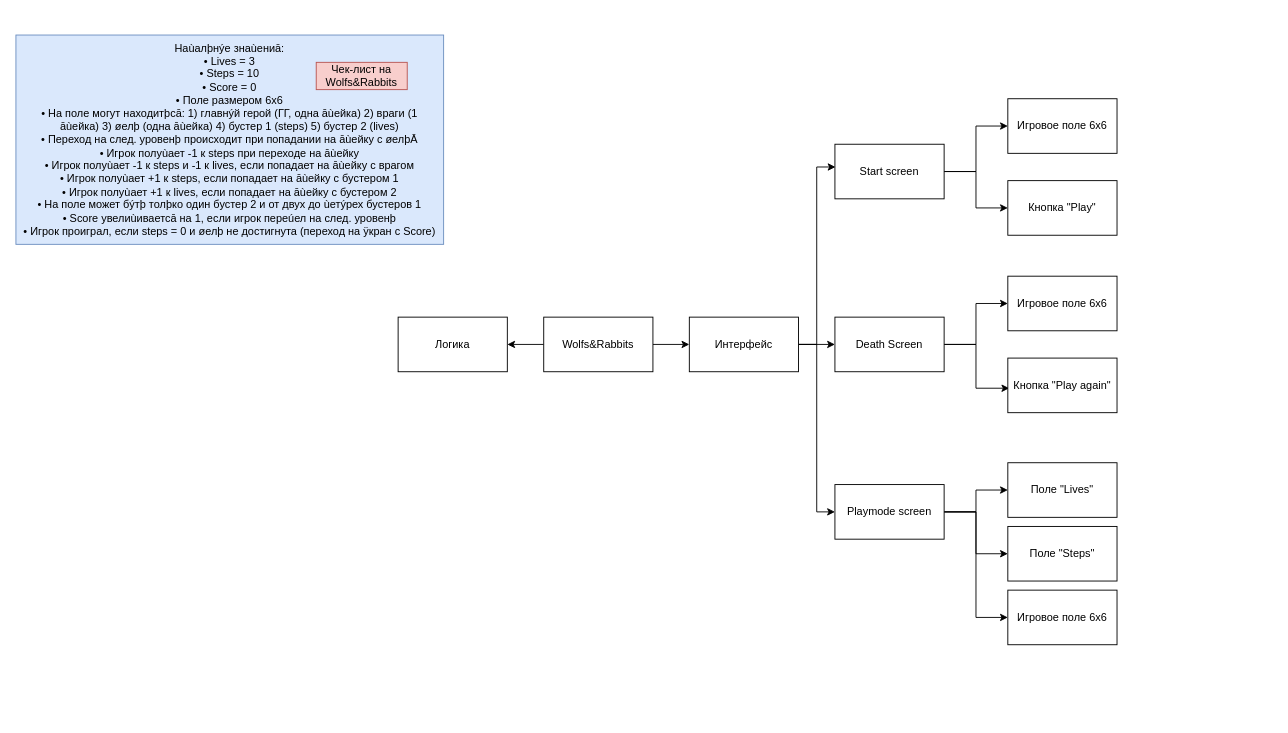
Before: First_Otus_Diagram.drawio in NatPopstar/Otus, a draw.io diagram. Source tidied: cells renumbered, new cells numbered last; positions are measured from the earlier drawing's top-left corner, leaving out a move shared by most shapes. Both pictures are drawn from the tidied source at 91%, with x=0, y=0 at pixel (15, 35).
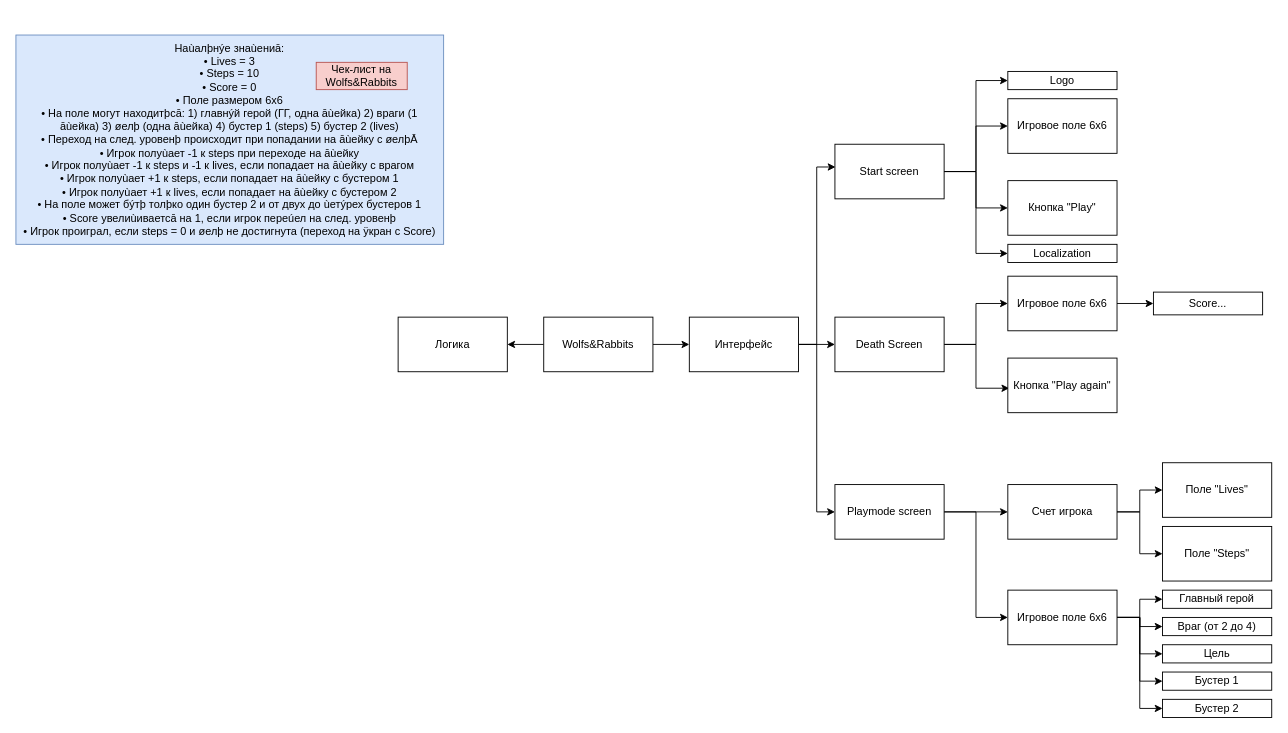
After the change.

Unchanged cells that the change refers to:
```xml
<mxCell id="14" value="Start screen" style="rounded=0;whiteSpace=wrap;html=1;" parent="1" vertex="1">
  <mxGeometry x="900" y="120" width="120" height="60" as="geometry" />
</mxCell>
<mxCell id="18" value="Playmode screen" style="rounded=0;whiteSpace=wrap;html=1;" parent="1" vertex="1">
  <mxGeometry x="900" y="494" width="120" height="60" as="geometry" />
</mxCell>
<mxCell id="24" value="Игровое поле 6х6" style="rounded=0;whiteSpace=wrap;html=1;" parent="1" vertex="1">
  <mxGeometry x="1090" y="265" width="120" height="60" as="geometry" />
</mxCell>
<mxCell id="26" value="Игровое поле 6х6" style="rounded=0;whiteSpace=wrap;html=1;" parent="1" vertex="1">
  <mxGeometry x="1090" y="610" width="120" height="60" as="geometry" />
</mxCell>
```

The edit, as a diff of the source:
```diff
@@
+    <mxCell id="29" style="edgeStyle=orthogonalEdgeStyle;rounded=0;jettySize=auto;html=1;exitX=1;exitY=0.5;exitDx=0;exitDy=0;entryX=0;entryY=0.5;entryDx=0;entryDy=0;" parent="1" edge="1" source="14" target="38">
+      <mxGeometry relative="1" as="geometry" />
+    </mxCell>
+    <mxCell id="30" style="edgeStyle=orthogonalEdgeStyle;rounded=0;jettySize=auto;html=1;exitX=1;exitY=0.5;exitDx=0;exitDy=0;entryX=0;entryY=0.5;entryDx=0;entryDy=0;" parent="1" edge="1" source="14" target="39">
+      <mxGeometry relative="1" as="geometry" />
+    </mxCell>
@@
-    <mxCell id="15" style="edgeStyle=orthogonalEdgeStyle;rounded=0;jettySize=auto;html=1;exitX=1;exitY=0.5;exitDx=0;exitDy=0;" parent="1" edge="1" source="18" target="27">
-      <mxGeometry relative="1" as="geometry" />
-    </mxCell>
-    <mxCell id="16" style="edgeStyle=orthogonalEdgeStyle;rounded=0;jettySize=auto;html=1;exitX=1;exitY=0.5;exitDx=0;exitDy=0;entryX=0;entryY=0.5;entryDx=0;entryDy=0;" parent="1" edge="1" source="18" target="28">
-      <mxGeometry relative="1" as="geometry" />
-    </mxCell>
@@
+    <mxCell id="31" style="edgeStyle=orthogonalEdgeStyle;rounded=0;jettySize=auto;html=1;exitX=1;exitY=0.5;exitDx=0;exitDy=0;entryX=0;entryY=0.5;entryDx=0;entryDy=0;" parent="1" edge="1" source="18" target="48">
+      <mxGeometry relative="1" as="geometry" />
+    </mxCell>
@@
+    <mxCell id="32" style="edgeStyle=orthogonalEdgeStyle;rounded=0;jettySize=auto;html=1;exitX=1;exitY=0.5;exitDx=0;exitDy=0;entryX=0;entryY=0.5;entryDx=0;entryDy=0;" parent="1" edge="1" source="24" target="40">
+      <mxGeometry relative="1" as="geometry" />
+    </mxCell>
@@
+    <mxCell id="33" style="edgeStyle=orthogonalEdgeStyle;rounded=0;jettySize=auto;html=1;exitX=1;exitY=0.5;exitDx=0;exitDy=0;entryX=0;entryY=0.5;entryDx=0;entryDy=0;" parent="1" edge="1" source="26" target="42">
+      <mxGeometry relative="1" as="geometry" />
+    </mxCell>
+    <mxCell id="34" style="edgeStyle=orthogonalEdgeStyle;rounded=0;jettySize=auto;html=1;exitX=1;exitY=0.5;exitDx=0;exitDy=0;entryX=0;entryY=0.5;entryDx=0;entryDy=0;" parent="1" edge="1" source="26" target="41">
+      <mxGeometry relative="1" as="geometry" />
+    </mxCell>
+    <mxCell id="35" style="edgeStyle=orthogonalEdgeStyle;rounded=0;jettySize=auto;html=1;exitX=1;exitY=0.5;exitDx=0;exitDy=0;entryX=0;entryY=0.5;entryDx=0;entryDy=0;" parent="1" edge="1" source="26" target="43">
+      <mxGeometry relative="1" as="geometry" />
+    </mxCell>
+    <mxCell id="36" style="edgeStyle=orthogonalEdgeStyle;rounded=0;jettySize=auto;html=1;exitX=1;exitY=0.5;exitDx=0;exitDy=0;entryX=0;entryY=0.5;entryDx=0;entryDy=0;" parent="1" edge="1" source="26" target="44">
+      <mxGeometry relative="1" as="geometry" />
+    </mxCell>
+    <mxCell id="37" style="edgeStyle=orthogonalEdgeStyle;rounded=0;jettySize=auto;html=1;exitX=1;exitY=0.5;exitDx=0;exitDy=0;entryX=0;entryY=0.5;entryDx=0;entryDy=0;" parent="1" edge="1" source="26" target="45">
+      <mxGeometry relative="1" as="geometry" />
+    </mxCell>
@@
     <mxCell id="27" value="Поле &quot;Lives&quot;" style="rounded=0;whiteSpace=wrap;html=1;" parent="1" vertex="1">
-      <mxGeometry x="1090" y="470" width="120" height="60" as="geometry" />
+      <mxGeometry x="1260" y="470" width="120" height="60" as="geometry" />
     </mxCell>
     <mxCell id="28" value="Поле &quot;Steps&quot;" style="rounded=0;whiteSpace=wrap;html=1;" parent="1" vertex="1">
-      <mxGeometry x="1090" y="540" width="120" height="60" as="geometry" />
+      <mxGeometry x="1260" y="540" width="120" height="60" as="geometry" />
     </mxCell>
+    <mxCell id="38" value="Logo" style="rounded=0;whiteSpace=wrap;html=1;" parent="1" vertex="1">
+      <mxGeometry x="1090" y="40" width="120" height="20" as="geometry" />
+    </mxCell>
+    <mxCell id="39" value="Localization" style="rounded=0;whiteSpace=wrap;html=1;" parent="1" vertex="1">
+      <mxGeometry x="1090" y="230" width="120" height="20" as="geometry" />
+    </mxCell>
+    <mxCell id="40" value="Score..." style="rounded=0;whiteSpace=wrap;html=1;" parent="1" vertex="1">
+      <mxGeometry x="1250" y="282.5" width="120" height="25" as="geometry" />
+    </mxCell>
+    <mxCell id="41" value="Главный герой" style="rounded=0;whiteSpace=wrap;html=1;" parent="1" vertex="1">
+      <mxGeometry x="1260" y="610" width="120" height="20" as="geometry" />
+    </mxCell>
+    <mxCell id="42" value="Враг (от 2 до 4)" style="rounded=0;whiteSpace=wrap;html=1;" parent="1" vertex="1">
+      <mxGeometry x="1260" y="640" width="120" height="20" as="geometry" />
+    </mxCell>
+    <mxCell id="43" value="Цель" style="rounded=0;whiteSpace=wrap;html=1;" parent="1" vertex="1">
+      <mxGeometry x="1260" y="670" width="120" height="20" as="geometry" />
+    </mxCell>
+    <mxCell id="44" value="Бустер 1" style="rounded=0;whiteSpace=wrap;html=1;" parent="1" vertex="1">
+      <mxGeometry x="1260" y="700" width="120" height="20" as="geometry" />
+    </mxCell>
+    <mxCell id="45" value="Бустер 2" style="rounded=0;whiteSpace=wrap;html=1;" parent="1" vertex="1">
+      <mxGeometry x="1260" y="730" width="120" height="20" as="geometry" />
+    </mxCell>
+    <mxCell id="46" style="edgeStyle=orthogonalEdgeStyle;rounded=0;jettySize=auto;html=1;exitX=1;exitY=0.5;exitDx=0;exitDy=0;entryX=0;entryY=0.5;entryDx=0;entryDy=0;" parent="1" edge="1" source="48" target="27">
+      <mxGeometry relative="1" as="geometry" />
+    </mxCell>
+    <mxCell id="47" style="edgeStyle=orthogonalEdgeStyle;rounded=0;jettySize=auto;html=1;exitX=1;exitY=0.5;exitDx=0;exitDy=0;entryX=0;entryY=0.5;entryDx=0;entryDy=0;" parent="1" edge="1" source="48" target="28">
+      <mxGeometry relative="1" as="geometry" />
+    </mxCell>
+    <mxCell id="48" value="Счет игрока" style="rounded=0;whiteSpace=wrap;html=1;" parent="1" vertex="1">
+      <mxGeometry x="1090" y="494" width="120" height="60" as="geometry" />
+    </mxCell>
```
